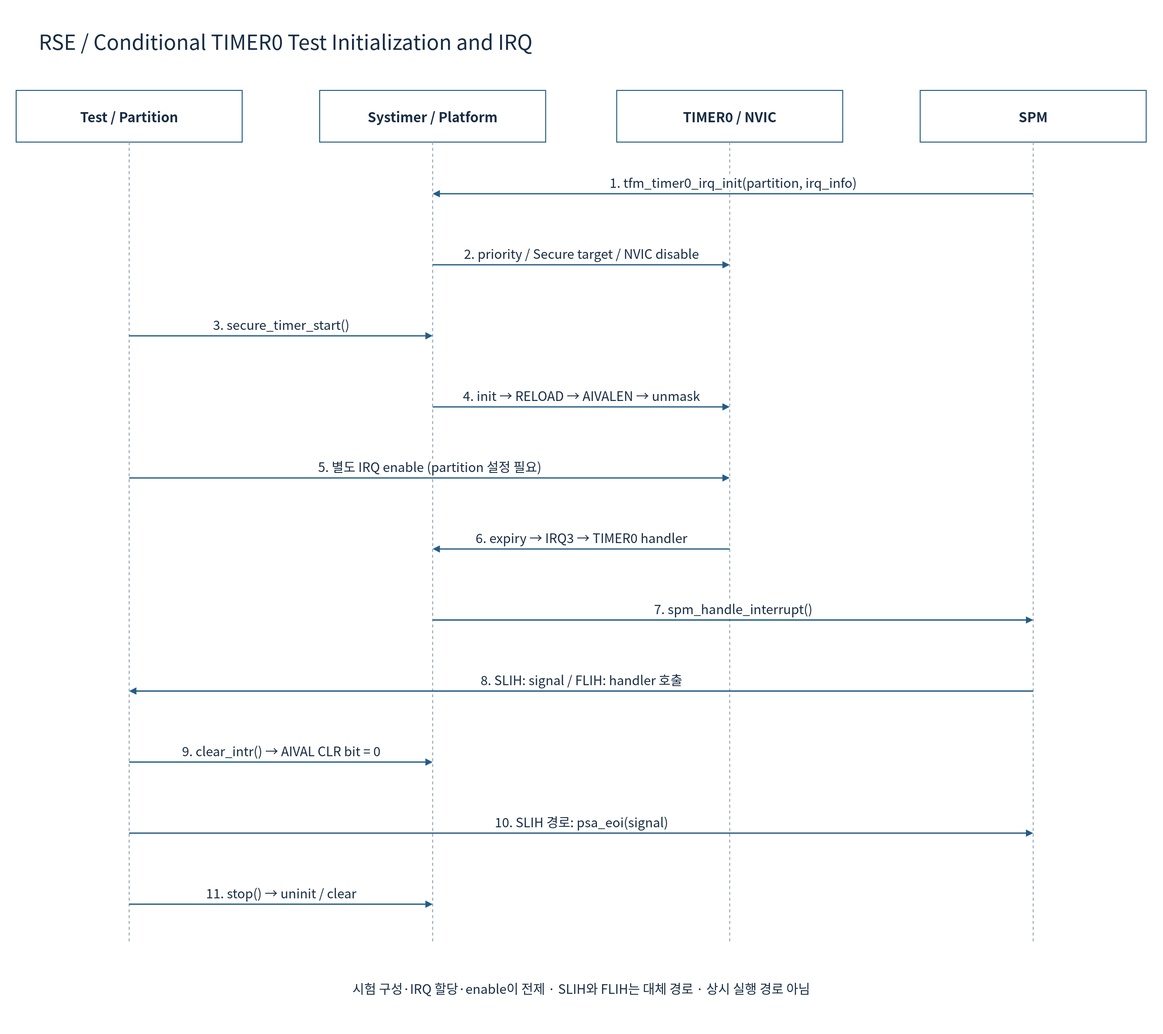
Before: doc/phase1/timer/diagrams/08h-tfm-test-sequence.drawio.svg, a diagram exported from draw.io (cometzero/project-apollo). Source tidied: cells renumbered, new cells last; positions are measured from the earlier drawing's top-left corner, leaving out a move shared by most shapes.
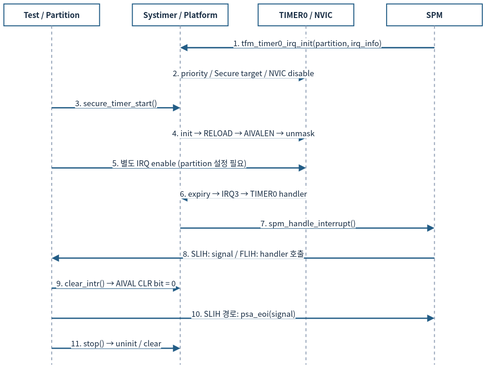
Above is the later version.

Diff of the diagram source:
```diff
@@ -2,127 +2,118 @@
   <root>
     <mxCell id="0" />
     <mxCell id="1" parent="0" />
-    <mxCell id="2" style="rounded=0;whiteSpace=wrap;html=1;fillColor=#FFFFFF;strokeColor=none;strokeWidth=1.5;fontColor=#172C43;fontFamily=Noto Sans CJK KR;fontSize=22;spacing=10;" parent="1" vertex="1">
-      <mxGeometry width="1800" height="1600" as="geometry" />
-    </mxCell>
-    <mxCell id="3" value="RSE / Conditional TIMER0 Test Initialization and IRQ" style="rounded=0;whiteSpace=wrap;html=1;fillColor=#FFFFFF;strokeColor=none;strokeWidth=1.5;fontColor=#172C43;fontFamily=Noto Sans CJK KR;fontSize=22;spacing=10;fontSize=32;align=left;" parent="1" vertex="1">
-      <mxGeometry x="50" y="30" width="1700" height="65" as="geometry" />
-    </mxCell>
-    <mxCell id="4" value="Test / Partition" style="rounded=0;whiteSpace=wrap;html=1;fillColor=#FFFFFF;strokeColor=#235D86;strokeWidth=1.5;fontColor=#172C43;fontFamily=Noto Sans CJK KR;fontSize=22;spacing=10;fontStyle=1;fontSize=21;" parent="1" vertex="1">
-      <mxGeometry x="25" y="140" width="350" height="80" as="geometry" />
+    <mxCell id="4" value="Test / Partition" style="rounded=0;whiteSpace=wrap;html=1;fillColor=#FFFFFF;strokeColor=#235D86;strokeWidth=1.5;fontColor=#172C43;fontFamily=Noto Sans CJK KR;fontStyle=1;fontSize=12;spacing=3;whiteSpace=wrap;" parent="1" vertex="1">
+      <mxGeometry x="12" y="12" width="148" height="33.8" as="geometry" />
     </mxCell>
-    <mxCell id="5" style="endArrow=none;dashed=1;strokeColor=#94A3B8;strokeWidth=1.5;" parent="1" edge="1">
+    <mxCell id="5" style="endArrow=none;dashed=1;strokeColor=#94A3B8;strokeWidth=1.5;fontSize=12;spacing=3;whiteSpace=nowrap;" parent="1" edge="1">
       <mxGeometry relative="1" as="geometry">
-        <mxPoint x="200" y="220" as="sourcePoint" />
-        <mxPoint x="200" y="1460" as="targetPoint" />
+        <mxPoint x="86" y="45.8" as="sourcePoint" />
+        <mxPoint x="86" y="570.2" as="targetPoint" />
       </mxGeometry>
     </mxCell>
-    <mxCell id="6" value="Systimer / Platform" style="rounded=0;whiteSpace=wrap;html=1;fillColor=#FFFFFF;strokeColor=#235D86;strokeWidth=1.5;fontColor=#172C43;fontFamily=Noto Sans CJK KR;fontSize=22;spacing=10;fontStyle=1;fontSize=21;" parent="1" vertex="1">
-      <mxGeometry x="495" y="140" width="350" height="80" as="geometry" />
+    <mxCell id="6" value="Systimer / Platform" style="rounded=0;whiteSpace=wrap;html=1;fillColor=#FFFFFF;strokeColor=#235D86;strokeWidth=1.5;fontColor=#172C43;fontFamily=Noto Sans CJK KR;fontStyle=1;fontSize=12;spacing=3;whiteSpace=wrap;" parent="1" vertex="1">
+      <mxGeometry x="210.7" y="12" width="148" height="33.8" as="geometry" />
     </mxCell>
-    <mxCell id="7" style="endArrow=none;dashed=1;strokeColor=#94A3B8;strokeWidth=1.5;" parent="1" edge="1">
+    <mxCell id="7" style="endArrow=none;dashed=1;strokeColor=#94A3B8;strokeWidth=1.5;fontSize=12;spacing=3;whiteSpace=nowrap;" parent="1" edge="1">
       <mxGeometry relative="1" as="geometry">
-        <mxPoint x="670" y="220" as="sourcePoint" />
-        <mxPoint x="670" y="1460" as="targetPoint" />
+        <mxPoint x="284.7" y="45.8" as="sourcePoint" />
+        <mxPoint x="284.7" y="570.2" as="targetPoint" />
       </mxGeometry>
     </mxCell>
-    <mxCell id="8" value="TIMER0 / NVIC" style="rounded=0;whiteSpace=wrap;html=1;fillColor=#FFFFFF;strokeColor=#235D86;strokeWidth=1.5;fontColor=#172C43;fontFamily=Noto Sans CJK KR;fontSize=22;spacing=10;fontStyle=1;fontSize=21;" parent="1" vertex="1">
-      <mxGeometry x="955" y="140" width="350" height="80" as="geometry" />
+    <mxCell id="8" value="TIMER0 / NVIC" style="rounded=0;whiteSpace=wrap;html=1;fillColor=#FFFFFF;strokeColor=#235D86;strokeWidth=1.5;fontColor=#172C43;fontFamily=Noto Sans CJK KR;fontStyle=1;fontSize=12;spacing=3;whiteSpace=wrap;" parent="1" vertex="1">
+      <mxGeometry x="405.3" y="12" width="148" height="33.8" as="geometry" />
     </mxCell>
-    <mxCell id="9" style="endArrow=none;dashed=1;strokeColor=#94A3B8;strokeWidth=1.5;" parent="1" edge="1">
+    <mxCell id="9" style="endArrow=none;dashed=1;strokeColor=#94A3B8;strokeWidth=1.5;fontSize=12;spacing=3;whiteSpace=nowrap;" parent="1" edge="1">
       <mxGeometry relative="1" as="geometry">
-        <mxPoint x="1130" y="220" as="sourcePoint" />
-        <mxPoint x="1130" y="1460" as="targetPoint" />
+        <mxPoint x="479.3" y="45.8" as="sourcePoint" />
+        <mxPoint x="479.3" y="570.2" as="targetPoint" />
       </mxGeometry>
     </mxCell>
-    <mxCell id="10" value="SPM" style="rounded=0;whiteSpace=wrap;html=1;fillColor=#FFFFFF;strokeColor=#235D86;strokeWidth=1.5;fontColor=#172C43;fontFamily=Noto Sans CJK KR;fontSize=22;spacing=10;fontStyle=1;fontSize=21;" parent="1" vertex="1">
-      <mxGeometry x="1425" y="140" width="350" height="80" as="geometry" />
+    <mxCell id="10" value="SPM" style="rounded=0;whiteSpace=wrap;html=1;fillColor=#FFFFFF;strokeColor=#235D86;strokeWidth=1.5;fontColor=#172C43;fontFamily=Noto Sans CJK KR;fontStyle=1;fontSize=12;spacing=3;whiteSpace=wrap;" parent="1" vertex="1">
+      <mxGeometry x="604" y="12" width="148" height="33.8" as="geometry" />
     </mxCell>
-    <mxCell id="11" style="endArrow=none;dashed=1;strokeColor=#94A3B8;strokeWidth=1.5;" parent="1" edge="1">
+    <mxCell id="11" style="endArrow=none;dashed=1;strokeColor=#94A3B8;strokeWidth=1.5;fontSize=12;spacing=3;whiteSpace=nowrap;" parent="1" edge="1">
       <mxGeometry relative="1" as="geometry">
-        <mxPoint x="1600" y="220" as="sourcePoint" />
-        <mxPoint x="1600" y="1460" as="targetPoint" />
+        <mxPoint x="678" y="45.8" as="sourcePoint" />
+        <mxPoint x="678" y="570.2" as="targetPoint" />
       </mxGeometry>
     </mxCell>
-    <mxCell id="12" value="1. tfm_timer0_irq_init(partition, irq_info)" style="edgeStyle=none;html=1;endArrow=block;endFill=1;strokeColor=#235D86;strokeWidth=2;fontColor=#172C43;fontFamily=Noto Sans CJK KR;fontSize=20;labelBackgroundColor=#FFFFFF;" parent="1" edge="1">
+    <mxCell id="12" value="1. tfm_timer0_irq_init(partition, irq_info)" style="edgeStyle=none;html=1;endArrow=block;endFill=1;strokeColor=#235D86;strokeWidth=2;fontColor=#172C43;fontFamily=Noto Sans CJK KR;labelBackgroundColor=#FFFFFF;fontSize=12;spacing=3;whiteSpace=nowrap;" parent="1" edge="1">
       <mxGeometry relative="1" as="geometry">
-        <mxPoint x="1600" y="300" as="sourcePoint" />
-        <mxPoint x="670" y="300" as="targetPoint" />
-        <mxPoint y="-18" as="offset" />
+        <mxPoint x="678" y="79.7" as="sourcePoint" />
+        <mxPoint x="284.7" y="79.7" as="targetPoint" />
+        <mxPoint y="-7.6" as="offset" />
       </mxGeometry>
     </mxCell>
-    <mxCell id="13" value="2. priority / Secure target / NVIC disable" style="edgeStyle=none;html=1;endArrow=block;endFill=1;strokeColor=#235D86;strokeWidth=2;fontColor=#172C43;fontFamily=Noto Sans CJK KR;fontSize=20;labelBackgroundColor=#FFFFFF;" parent="1" edge="1">
+    <mxCell id="13" value="2. priority / Secure target / NVIC disable" style="edgeStyle=none;html=1;endArrow=block;endFill=1;strokeColor=#235D86;strokeWidth=2;fontColor=#172C43;fontFamily=Noto Sans CJK KR;labelBackgroundColor=#FFFFFF;fontSize=12;spacing=3;whiteSpace=nowrap;" parent="1" edge="1">
       <mxGeometry relative="1" as="geometry">
-        <mxPoint x="670" y="410" as="sourcePoint" />
-        <mxPoint x="1130" y="410" as="targetPoint" />
-        <mxPoint y="-18" as="offset" />
+        <mxPoint x="284.7" y="126.2" as="sourcePoint" />
+        <mxPoint x="479.3" y="126.2" as="targetPoint" />
+        <mxPoint y="-7.6" as="offset" />
       </mxGeometry>
     </mxCell>
-    <mxCell id="14" value="3. secure_timer_start()" style="edgeStyle=none;html=1;endArrow=block;endFill=1;strokeColor=#235D86;strokeWidth=2;fontColor=#172C43;fontFamily=Noto Sans CJK KR;fontSize=20;labelBackgroundColor=#FFFFFF;" parent="1" edge="1">
+    <mxCell id="14" value="3. secure_timer_start()" style="edgeStyle=none;html=1;endArrow=block;endFill=1;strokeColor=#235D86;strokeWidth=2;fontColor=#172C43;fontFamily=Noto Sans CJK KR;labelBackgroundColor=#FFFFFF;fontSize=12;spacing=3;whiteSpace=nowrap;" parent="1" edge="1">
       <mxGeometry relative="1" as="geometry">
-        <mxPoint x="200" y="520" as="sourcePoint" />
-        <mxPoint x="670" y="520" as="targetPoint" />
-        <mxPoint y="-18" as="offset" />
+        <mxPoint x="86" y="172.7" as="sourcePoint" />
+        <mxPoint x="284.7" y="172.7" as="targetPoint" />
+        <mxPoint y="-7.6" as="offset" />
       </mxGeometry>
     </mxCell>
-    <mxCell id="15" value="4. init → RELOAD → AIVALEN → unmask" style="edgeStyle=none;html=1;endArrow=block;endFill=1;strokeColor=#235D86;strokeWidth=2;fontColor=#172C43;fontFamily=Noto Sans CJK KR;fontSize=20;labelBackgroundColor=#FFFFFF;" parent="1" edge="1">
+    <mxCell id="15" value="4. init → RELOAD → AIVALEN → unmask" style="edgeStyle=none;html=1;endArrow=block;endFill=1;strokeColor=#235D86;strokeWidth=2;fontColor=#172C43;fontFamily=Noto Sans CJK KR;labelBackgroundColor=#FFFFFF;fontSize=12;spacing=3;whiteSpace=nowrap;" parent="1" edge="1">
       <mxGeometry relative="1" as="geometry">
-        <mxPoint x="670" y="630" as="sourcePoint" />
-        <mxPoint x="1130" y="630" as="targetPoint" />
-        <mxPoint y="-18" as="offset" />
+        <mxPoint x="284.7" y="219.2" as="sourcePoint" />
+        <mxPoint x="479.3" y="219.2" as="targetPoint" />
+        <mxPoint y="-7.6" as="offset" />
       </mxGeometry>
     </mxCell>
-    <mxCell id="16" value="5. 별도 IRQ enable (partition 설정 필요)" style="edgeStyle=none;html=1;endArrow=block;endFill=1;strokeColor=#235D86;strokeWidth=2;fontColor=#172C43;fontFamily=Noto Sans CJK KR;fontSize=20;labelBackgroundColor=#FFFFFF;" parent="1" edge="1">
+    <mxCell id="16" value="5. 별도 IRQ enable (partition 설정 필요)" style="edgeStyle=none;html=1;endArrow=block;endFill=1;strokeColor=#235D86;strokeWidth=2;fontColor=#172C43;fontFamily=Noto Sans CJK KR;labelBackgroundColor=#FFFFFF;fontSize=12;spacing=3;whiteSpace=nowrap;" parent="1" edge="1">
       <mxGeometry relative="1" as="geometry">
-        <mxPoint x="200" y="740" as="sourcePoint" />
-        <mxPoint x="1130" y="740" as="targetPoint" />
-        <mxPoint y="-18" as="offset" />
+        <mxPoint x="86" y="265.7" as="sourcePoint" />
+        <mxPoint x="479.3" y="265.7" as="targetPoint" />
+        <mxPoint y="-7.6" as="offset" />
       </mxGeometry>
     </mxCell>
-    <mxCell id="17" value="6. expiry → IRQ3 → TIMER0 handler" style="edgeStyle=none;html=1;endArrow=block;endFill=1;strokeColor=#235D86;strokeWidth=2;fontColor=#172C43;fontFamily=Noto Sans CJK KR;fontSize=20;labelBackgroundColor=#FFFFFF;" parent="1" edge="1">
+    <mxCell id="17" value="6. expiry → IRQ3 → TIMER0 handler" style="edgeStyle=none;html=1;endArrow=block;endFill=1;strokeColor=#235D86;strokeWidth=2;fontColor=#172C43;fontFamily=Noto Sans CJK KR;labelBackgroundColor=#FFFFFF;fontSize=12;spacing=3;whiteSpace=nowrap;" parent="1" edge="1">
       <mxGeometry relative="1" as="geometry">
-        <mxPoint x="1130" y="850" as="sourcePoint" />
-        <mxPoint x="670" y="850" as="targetPoint" />
-        <mxPoint y="-18" as="offset" />
+        <mxPoint x="479.3" y="312.2" as="sourcePoint" />
+        <mxPoint x="284.7" y="312.2" as="targetPoint" />
+        <mxPoint y="-7.6" as="offset" />
       </mxGeometry>
     </mxCell>
-    <mxCell id="18" value="7. spm_handle_interrupt()" style="edgeStyle=none;html=1;endArrow=block;endFill=1;strokeColor=#235D86;strokeWidth=2;fontColor=#172C43;fontFamily=Noto Sans CJK KR;fontSize=20;labelBackgroundColor=#FFFFFF;" parent="1" edge="1">
+    <mxCell id="18" value="7. spm_handle_interrupt()" style="edgeStyle=none;html=1;endArrow=block;endFill=1;strokeColor=#235D86;strokeWidth=2;fontColor=#172C43;fontFamily=Noto Sans CJK KR;labelBackgroundColor=#FFFFFF;fontSize=12;spacing=3;whiteSpace=nowrap;" parent="1" edge="1">
       <mxGeometry relative="1" as="geometry">
-        <mxPoint x="670" y="960" as="sourcePoint" />
-        <mxPoint x="1600" y="960" as="targetPoint" />
-        <mxPoint y="-18" as="offset" />
+        <mxPoint x="284.7" y="358.7" as="sourcePoint" />
+        <mxPoint x="678" y="358.7" as="targetPoint" />
+        <mxPoint y="-7.6" as="offset" />
       </mxGeometry>
     </mxCell>
-    <mxCell id="19" value="8. SLIH: signal / FLIH: handler 호출" style="edgeStyle=none;html=1;endArrow=block;endFill=1;strokeColor=#235D86;strokeWidth=2;fontColor=#172C43;fontFamily=Noto Sans CJK KR;fontSize=20;labelBackgroundColor=#FFFFFF;" parent="1" edge="1">
+    <mxCell id="19" value="8. SLIH: signal / FLIH: handler 호출" style="edgeStyle=none;html=1;endArrow=block;endFill=1;strokeColor=#235D86;strokeWidth=2;fontColor=#172C43;fontFamily=Noto Sans CJK KR;labelBackgroundColor=#FFFFFF;fontSize=12;spacing=3;whiteSpace=nowrap;" parent="1" edge="1">
       <mxGeometry relative="1" as="geometry">
-        <mxPoint x="1600" y="1070" as="sourcePoint" />
-        <mxPoint x="200" y="1070" as="targetPoint" />
-        <mxPoint y="-18" as="offset" />
+        <mxPoint x="678" y="405.3" as="sourcePoint" />
+        <mxPoint x="86" y="405.3" as="targetPoint" />
+        <mxPoint y="-7.6" as="offset" />
       </mxGeometry>
     </mxCell>
-    <mxCell id="20" value="9. clear_intr() → AIVAL CLR bit = 0" style="edgeStyle=none;html=1;endArrow=block;endFill=1;strokeColor=#235D86;strokeWidth=2;fontColor=#172C43;fontFamily=Noto Sans CJK KR;fontSize=20;labelBackgroundColor=#FFFFFF;" parent="1" edge="1">
+    <mxCell id="20" value="9. clear_intr() → AIVAL CLR bit = 0" style="edgeStyle=none;html=1;endArrow=block;endFill=1;strokeColor=#235D86;strokeWidth=2;fontColor=#172C43;fontFamily=Noto Sans CJK KR;labelBackgroundColor=#FFFFFF;fontSize=12;spacing=3;whiteSpace=nowrap;" parent="1" edge="1">
       <mxGeometry relative="1" as="geometry">
-        <mxPoint x="200" y="1180" as="sourcePoint" />
-        <mxPoint x="670" y="1180" as="targetPoint" />
-        <mxPoint y="-18" as="offset" />
+        <mxPoint x="86" y="451.8" as="sourcePoint" />
+        <mxPoint x="284.7" y="451.8" as="targetPoint" />
+        <mxPoint y="-7.6" as="offset" />
       </mxGeometry>
     </mxCell>
-    <mxCell id="21" value="10. SLIH 경로: psa_eoi(signal)" style="edgeStyle=none;html=1;endArrow=block;endFill=1;strokeColor=#235D86;strokeWidth=2;fontColor=#172C43;fontFamily=Noto Sans CJK KR;fontSize=20;labelBackgroundColor=#FFFFFF;" parent="1" edge="1">
+    <mxCell id="21" value="10. SLIH 경로: psa_eoi(signal)" style="edgeStyle=none;html=1;endArrow=block;endFill=1;strokeColor=#235D86;strokeWidth=2;fontColor=#172C43;fontFamily=Noto Sans CJK KR;labelBackgroundColor=#FFFFFF;fontSize=12;spacing=3;whiteSpace=nowrap;" parent="1" edge="1">
       <mxGeometry relative="1" as="geometry">
-        <mxPoint x="200" y="1290" as="sourcePoint" />
-        <mxPoint x="1600" y="1290" as="targetPoint" />
-        <mxPoint y="-18" as="offset" />
+        <mxPoint x="86" y="498.3" as="sourcePoint" />
+        <mxPoint x="678" y="498.3" as="targetPoint" />
+        <mxPoint y="-7.6" as="offset" />
       </mxGeometry>
     </mxCell>
-    <mxCell id="22" value="11. stop() → uninit / clear" style="edgeStyle=none;html=1;endArrow=block;endFill=1;strokeColor=#235D86;strokeWidth=2;fontColor=#172C43;fontFamily=Noto Sans CJK KR;fontSize=20;labelBackgroundColor=#FFFFFF;" parent="1" edge="1">
+    <mxCell id="22" value="11. stop() → uninit / clear" style="edgeStyle=none;html=1;endArrow=block;endFill=1;strokeColor=#235D86;strokeWidth=2;fontColor=#172C43;fontFamily=Noto Sans CJK KR;labelBackgroundColor=#FFFFFF;fontSize=12;spacing=3;whiteSpace=nowrap;" parent="1" edge="1">
       <mxGeometry relative="1" as="geometry">
-        <mxPoint x="200" y="1400" as="sourcePoint" />
-        <mxPoint x="670" y="1400" as="targetPoint" />
-        <mxPoint y="-18" as="offset" />
+        <mxPoint x="86" y="544.8" as="sourcePoint" />
+        <mxPoint x="284.7" y="544.8" as="targetPoint" />
+        <mxPoint y="-7.6" as="offset" />
       </mxGeometry>
     </mxCell>
-    <mxCell id="23" value="시험 구성·IRQ 할당·enable이 전제 · SLIH와 FLIH는 대체 경로 · 상시 실행 경로 아님" style="rounded=0;whiteSpace=wrap;html=1;fillColor=#FFFFFF;strokeColor=none;strokeWidth=1.5;fontColor=#172C43;fontFamily=Noto Sans CJK KR;fontSize=22;spacing=10;fontSize=20;" parent="1" vertex="1">
-      <mxGeometry x="50" y="1500" width="1700" height="60" as="geometry" />
-    </mxCell>
   </root>
 </mxGraphModel>
```
